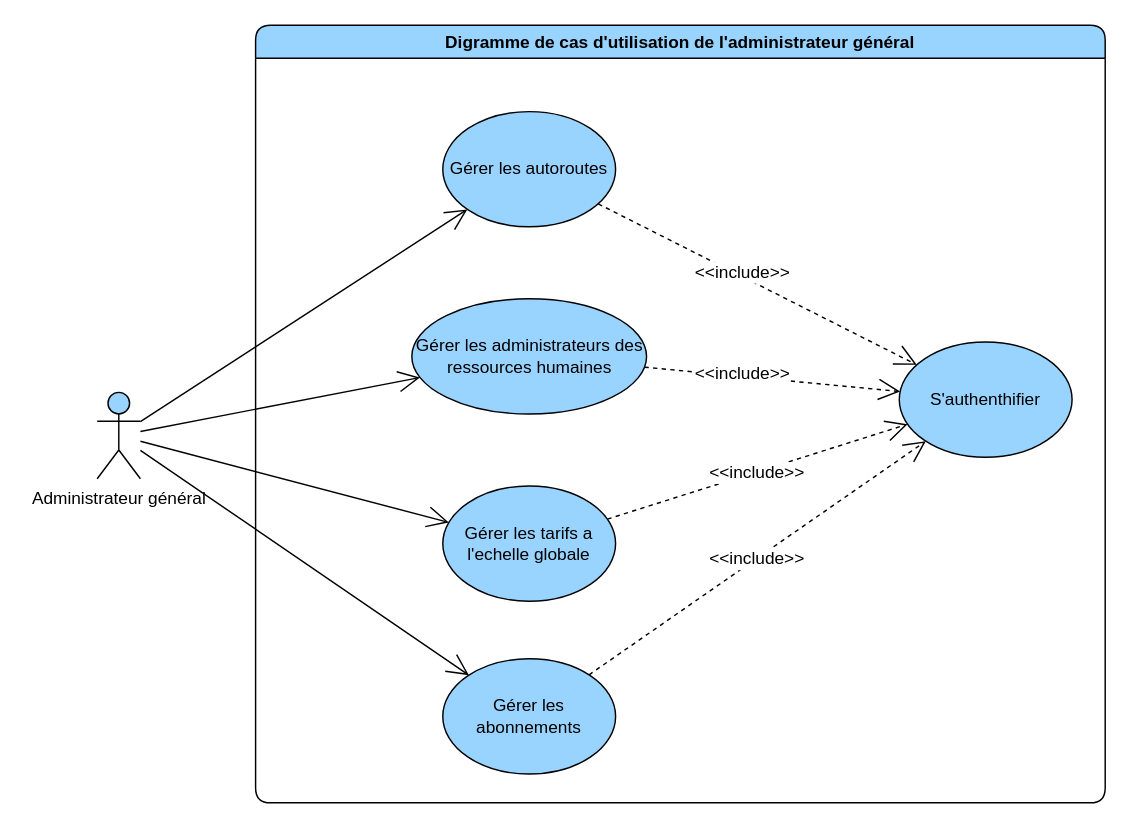
This is page "general" (1 of 6) of diagrams/use-case/administrateur-general.drawio from devlotfi/peage-pay, a draw.io file, before an edit. Source tidied: cells renumbered, new cells numbered last; positions are measured from the earlier drawing's top-left corner, leaving out a move shared by most shapes. Both pictures are drawn from the tidied source at 144%, with x=0, y=0 at pixel (96, 24).
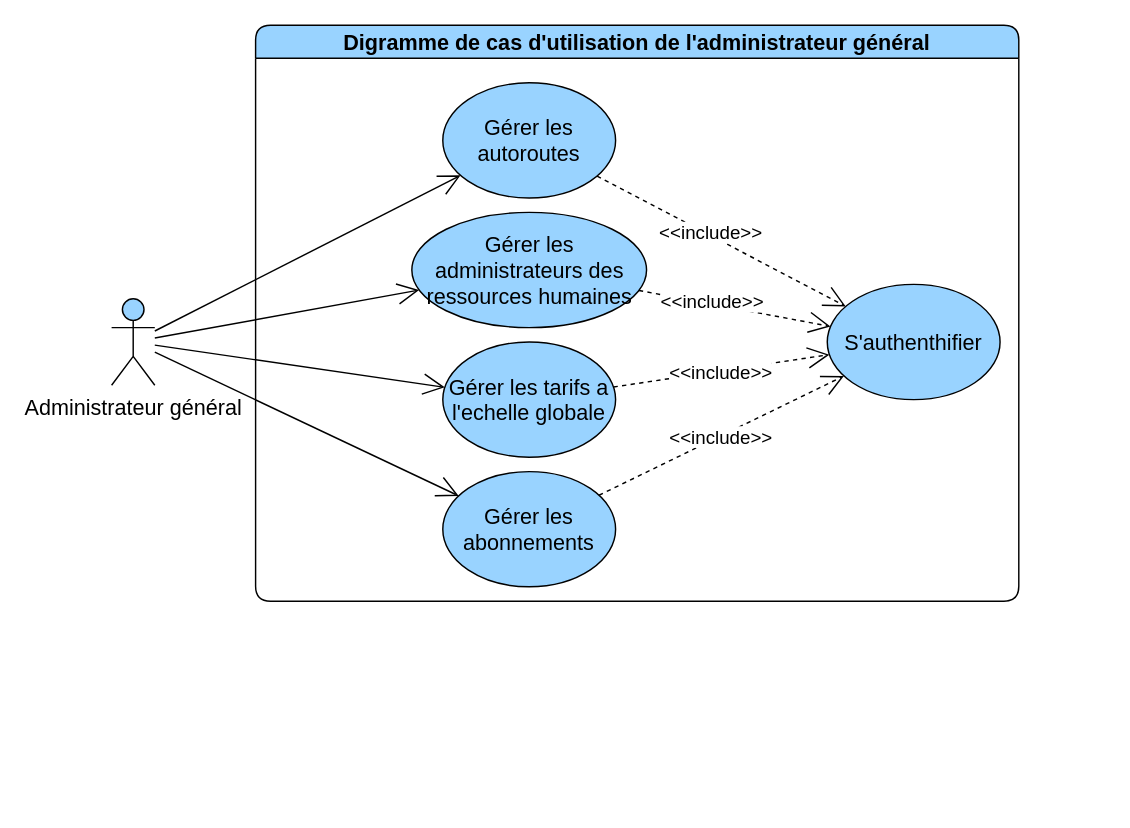
The same page after the edit.

The edit, as a diff of the source:
```diff
@@
-    <mxCell id="2" value="Digramme de cas d'utilisation de l'administrateur général" style="swimlane;whiteSpace=wrap;html=1;rounded=1;fillColor=#99D3FF;" parent="1" vertex="1">
-      <mxGeometry x="110" width="590" height="540" as="geometry" />
+    <mxCell id="2" value="Digramme de cas d'utilisation de l'administrateur général" style="swimlane;whiteSpace=wrap;html=1;rounded=1;fillColor=#99D3FF;fontSize=15;" parent="1" vertex="1">
+      <mxGeometry x="110" width="530" height="400" as="geometry" />
     </mxCell>
-    <mxCell id="3" style="edgeStyle=none;rounded=0;jettySize=auto;html=1;strokeColor=default;align=center;verticalAlign=middle;fontFamily=Helvetica;fontSize=12;fontColor=default;labelBackgroundColor=default;startSize=6;endArrow=open;endFill=0;endSize=13;dashed=1;" parent="2" edge="1" source="5" target="11">
+    <mxCell id="3" style="edgeStyle=none;rounded=0;jettySize=auto;html=1;strokeColor=default;align=center;verticalAlign=middle;fontFamily=Helvetica;fontSize=15;fontColor=default;labelBackgroundColor=default;startSize=6;endArrow=open;endFill=0;endSize=13;dashed=1;" parent="2" edge="1" source="5" target="11">
       <mxGeometry relative="1" as="geometry" />
     </mxCell>
-    <mxCell id="4" value="&amp;lt;&amp;lt;include&amp;gt;&amp;gt;" style="edgeLabel;html=1;align=center;verticalAlign=middle;strokeColor=default;fontFamily=Helvetica;fontSize=12;fontColor=default;labelBackgroundColor=default;fillColor=#99D3FF;" parent="3" vertex="1">
+    <mxCell id="4" value="&amp;lt;&amp;lt;include&amp;gt;&amp;gt;" style="edgeLabel;html=1;align=center;verticalAlign=middle;strokeColor=default;fontFamily=Helvetica;fontSize=13;fontColor=default;labelBackgroundColor=default;fillColor=#99D3FF;" parent="3" vertex="1">
       <mxGeometry x="-0.11" y="2" relative="1" as="geometry" />
     </mxCell>
-    <mxCell id="5" value="Gérer les autoroutes" style="ellipse;whiteSpace=wrap;html=1;strokeColor=default;align=center;verticalAlign=middle;fontFamily=Helvetica;fontSize=12;fontColor=default;fillColor=#99D3FF;" parent="2" vertex="1">
-      <mxGeometry x="130" y="60" width="120" height="80" as="geometry" />
+    <mxCell id="5" value="Gérer les autoroutes" style="ellipse;whiteSpace=wrap;html=1;strokeColor=default;align=center;verticalAlign=middle;fontFamily=Helvetica;fontSize=15;fontColor=default;fillColor=#99D3FF;" parent="2" vertex="1">
+      <mxGeometry x="130" y="40" width="120" height="80" as="geometry" />
     </mxCell>
-    <mxCell id="6" style="edgeStyle=none;rounded=0;jettySize=auto;html=1;dashed=1;strokeColor=default;align=center;verticalAlign=middle;fontFamily=Helvetica;fontSize=12;fontColor=default;labelBackgroundColor=default;startSize=6;endArrow=open;endFill=0;endSize=13;" parent="2" edge="1" source="8" target="11">
+    <mxCell id="6" style="edgeStyle=none;rounded=0;jettySize=auto;html=1;dashed=1;strokeColor=default;align=center;verticalAlign=middle;fontFamily=Helvetica;fontSize=15;fontColor=default;labelBackgroundColor=default;startSize=6;endArrow=open;endFill=0;endSize=13;" parent="2" edge="1" source="8" target="11">
       <mxGeometry relative="1" as="geometry" />
     </mxCell>
-    <mxCell id="7" value="&amp;lt;&amp;lt;include&amp;gt;&amp;gt;" style="edgeLabel;html=1;align=center;verticalAlign=middle;strokeColor=default;fontFamily=Helvetica;fontSize=12;fontColor=default;labelBackgroundColor=default;fillColor=#99D3FF;" parent="6" vertex="1">
+    <mxCell id="7" value="&amp;lt;&amp;lt;include&amp;gt;&amp;gt;" style="edgeLabel;html=1;align=center;verticalAlign=middle;strokeColor=default;fontFamily=Helvetica;fontSize=13;fontColor=default;labelBackgroundColor=default;fillColor=#99D3FF;" parent="6" vertex="1">
       <mxGeometry x="-0.24" y="2" relative="1" as="geometry" />
     </mxCell>
-    <mxCell id="8" value="Gérer les administrateurs des ressources humaines" style="ellipse;whiteSpace=wrap;html=1;strokeColor=default;align=center;verticalAlign=middle;fontFamily=Helvetica;fontSize=12;fontColor=default;fillColor=#99D3FF;" parent="2" vertex="1">
-      <mxGeometry x="108.5" y="190" width="163" height="80" as="geometry" />
+    <mxCell id="8" value="Gérer les administrateurs des ressources humaines" style="ellipse;whiteSpace=wrap;html=1;strokeColor=default;align=center;verticalAlign=middle;fontFamily=Helvetica;fontSize=15;fontColor=default;fillColor=#99D3FF;" parent="2" vertex="1">
+      <mxGeometry x="108.5" y="130" width="163" height="80" as="geometry" />
     </mxCell>
-    <mxCell id="9" style="edgeStyle=none;rounded=0;jettySize=auto;html=1;dashed=1;strokeColor=default;align=center;verticalAlign=middle;fontFamily=Helvetica;fontSize=12;fontColor=default;labelBackgroundColor=default;startSize=6;endArrow=open;endFill=0;endSize=13;" parent="2" edge="1" source="12" target="11">
+    <mxCell id="9" style="edgeStyle=none;rounded=0;jettySize=auto;html=1;dashed=1;strokeColor=default;align=center;verticalAlign=middle;fontFamily=Helvetica;fontSize=15;fontColor=default;labelBackgroundColor=default;startSize=6;endArrow=open;endFill=0;endSize=13;" parent="2" edge="1" source="12" target="11">
       <mxGeometry relative="1" as="geometry" />
     </mxCell>
-    <mxCell id="10" value="&amp;lt;&amp;lt;include&amp;gt;&amp;gt;" style="edgeLabel;html=1;align=center;verticalAlign=middle;strokeColor=default;fontFamily=Helvetica;fontSize=12;fontColor=default;labelBackgroundColor=default;fillColor=#99D3FF;" parent="9" vertex="1">
+    <mxCell id="10" value="&amp;lt;&amp;lt;include&amp;gt;&amp;gt;" style="edgeLabel;html=1;align=center;verticalAlign=middle;strokeColor=default;fontFamily=Helvetica;fontSize=13;fontColor=default;labelBackgroundColor=default;fillColor=#99D3FF;" parent="9" vertex="1">
       <mxGeometry x="-0.01" relative="1" as="geometry" />
     </mxCell>
-    <mxCell id="11" value="S'authenthifier" style="ellipse;whiteSpace=wrap;html=1;strokeColor=default;align=center;verticalAlign=middle;fontFamily=Helvetica;fontSize=12;fontColor=default;fillColor=#99D3FF;" parent="2" vertex="1">
-      <mxGeometry x="447" y="220" width="120" height="80" as="geometry" />
+    <mxCell id="11" value="S'authenthifier" style="ellipse;whiteSpace=wrap;html=1;strokeColor=default;align=center;verticalAlign=middle;fontFamily=Helvetica;fontSize=15;fontColor=default;fillColor=#99D3FF;" parent="2" vertex="1">
+      <mxGeometry x="397" y="180" width="120" height="80" as="geometry" />
     </mxCell>
-    <mxCell id="12" value="Gérer les tarifs a l'echelle globale" style="ellipse;whiteSpace=wrap;html=1;strokeColor=default;align=center;verticalAlign=middle;fontFamily=Helvetica;fontSize=12;fontColor=default;fillColor=#99D3FF;" parent="2" vertex="1">
-      <mxGeometry x="130" y="320" width="120" height="80" as="geometry" />
+    <mxCell id="12" value="Gérer les tarifs a l'echelle globale" style="ellipse;whiteSpace=wrap;html=1;strokeColor=default;align=center;verticalAlign=middle;fontFamily=Helvetica;fontSize=15;fontColor=default;fillColor=#99D3FF;" parent="2" vertex="1">
+      <mxGeometry x="130" y="220" width="120" height="80" as="geometry" />
     </mxCell>
-    <mxCell id="13" value="Gérer les abonnements" style="ellipse;whiteSpace=wrap;html=1;strokeColor=default;align=center;verticalAlign=middle;fontFamily=Helvetica;fontSize=12;fontColor=default;fillColor=#99D3FF;" parent="2" vertex="1">
-      <mxGeometry x="130" y="440" width="120" height="80" as="geometry" />
+    <mxCell id="13" value="Gérer les abonnements" style="ellipse;whiteSpace=wrap;html=1;strokeColor=default;align=center;verticalAlign=middle;fontFamily=Helvetica;fontSize=15;fontColor=default;fillColor=#99D3FF;" parent="2" vertex="1">
+      <mxGeometry x="130" y="310" width="120" height="80" as="geometry" />
     </mxCell>
-    <mxCell id="14" style="edgeStyle=none;rounded=0;jettySize=auto;html=1;dashed=1;strokeColor=default;align=center;verticalAlign=middle;fontFamily=Helvetica;fontSize=12;fontColor=default;labelBackgroundColor=default;startSize=6;endArrow=open;endFill=0;endSize=13;" parent="2" edge="1" source="13" target="11">
+    <mxCell id="14" style="edgeStyle=none;rounded=0;jettySize=auto;html=1;dashed=1;strokeColor=default;align=center;verticalAlign=middle;fontFamily=Helvetica;fontSize=15;fontColor=default;labelBackgroundColor=default;startSize=6;endArrow=open;endFill=0;endSize=13;" parent="2" edge="1" source="13" target="11">
       <mxGeometry relative="1" as="geometry" />
     </mxCell>
-    <mxCell id="15" value="&amp;lt;&amp;lt;include&amp;gt;&amp;gt;" style="edgeLabel;html=1;align=center;verticalAlign=middle;strokeColor=default;fontFamily=Helvetica;fontSize=12;fontColor=default;labelBackgroundColor=default;fillColor=#99D3FF;" parent="14" vertex="1">
+    <mxCell id="15" value="&amp;lt;&amp;lt;include&amp;gt;&amp;gt;" style="edgeLabel;html=1;align=center;verticalAlign=middle;strokeColor=default;fontFamily=Helvetica;fontSize=13;fontColor=default;labelBackgroundColor=default;fillColor=#99D3FF;" parent="14" vertex="1">
       <mxGeometry x="-0.01" relative="1" as="geometry" />
     </mxCell>
-    <mxCell id="16" style="rounded=0;jettySize=auto;html=1;fontFamily=Helvetica;fontSize=12;fontColor=default;endArrow=open;endFill=0;startSize=6;endSize=13;" parent="1" edge="1" source="20" target="5">
+    <mxCell id="16" style="rounded=0;jettySize=auto;html=1;fontFamily=Helvetica;fontSize=15;fontColor=default;endArrow=open;endFill=0;startSize=6;endSize=13;" parent="1" edge="1" source="20" target="5">
       <mxGeometry relative="1" as="geometry" />
     </mxCell>
-    <mxCell id="17" style="edgeStyle=none;rounded=0;jettySize=auto;html=1;strokeColor=default;align=center;verticalAlign=middle;fontFamily=Helvetica;fontSize=12;fontColor=default;labelBackgroundColor=default;startSize=6;endArrow=open;endFill=0;endSize=13;" parent="1" edge="1" source="20" target="8">
+    <mxCell id="17" style="edgeStyle=none;rounded=0;jettySize=auto;html=1;strokeColor=default;align=center;verticalAlign=middle;fontFamily=Helvetica;fontSize=15;fontColor=default;labelBackgroundColor=default;startSize=6;endArrow=open;endFill=0;endSize=13;" parent="1" edge="1" source="20" target="8">
       <mxGeometry relative="1" as="geometry" />
     </mxCell>
-    <mxCell id="18" style="edgeStyle=none;rounded=0;jettySize=auto;html=1;strokeColor=default;align=center;verticalAlign=middle;fontFamily=Helvetica;fontSize=12;fontColor=default;labelBackgroundColor=default;startSize=6;endArrow=open;endFill=0;endSize=13;" parent="1" edge="1" source="20" target="12">
+    <mxCell id="18" style="edgeStyle=none;rounded=0;jettySize=auto;html=1;strokeColor=default;align=center;verticalAlign=middle;fontFamily=Helvetica;fontSize=15;fontColor=default;labelBackgroundColor=default;startSize=6;endArrow=open;endFill=0;endSize=13;" parent="1" edge="1" source="20" target="12">
       <mxGeometry relative="1" as="geometry" />
     </mxCell>
-    <mxCell id="19" style="edgeStyle=none;rounded=0;jettySize=auto;html=1;strokeColor=default;align=center;verticalAlign=middle;fontFamily=Helvetica;fontSize=12;fontColor=default;labelBackgroundColor=default;startSize=6;endArrow=open;endFill=0;endSize=13;" parent="1" edge="1" source="20" target="13">
+    <mxCell id="19" style="edgeStyle=none;rounded=0;jettySize=auto;html=1;strokeColor=default;align=center;verticalAlign=middle;fontFamily=Helvetica;fontSize=15;fontColor=default;labelBackgroundColor=default;startSize=6;endArrow=open;endFill=0;endSize=13;" parent="1" edge="1" source="20" target="13">
       <mxGeometry relative="1" as="geometry" />
     </mxCell>
-    <mxCell id="20" value="Administrateur général" style="shape=umlActor;verticalLabelPosition=bottom;verticalAlign=top;html=1;outlineConnect=0;strokeColor=default;align=center;fontFamily=Helvetica;fontSize=12;fontColor=default;fillColor=#99D3FF;" parent="1" vertex="1">
-      <mxGeometry y="255" width="30" height="60" as="geometry" />
+    <mxCell id="20" value="Administrateur général" style="shape=umlActor;verticalLabelPosition=bottom;verticalAlign=top;html=1;outlineConnect=0;strokeColor=default;align=center;fontFamily=Helvetica;fontSize=15;fontColor=default;fillColor=#99D3FF;" parent="1" vertex="1">
+      <mxGeometry x="10" y="190" width="30" height="60" as="geometry" />
     </mxCell>
```
